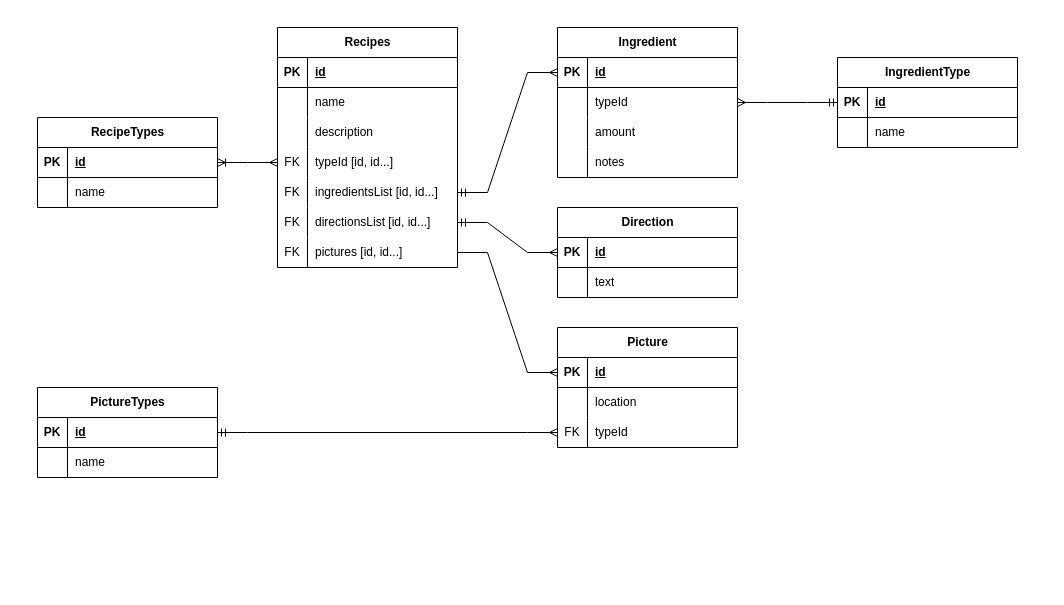
This is Recipe Database.drawio from Souptember/recipe-api, a draw.io file, before an edit. Source tidied: cells renumbered, new cells numbered last; positions are measured from the earlier drawing's top-left corner, leaving out a move shared by most shapes. Both pictures are drawn from the tidied source at 100%, with x=0, y=0 at pixel (37, 27).
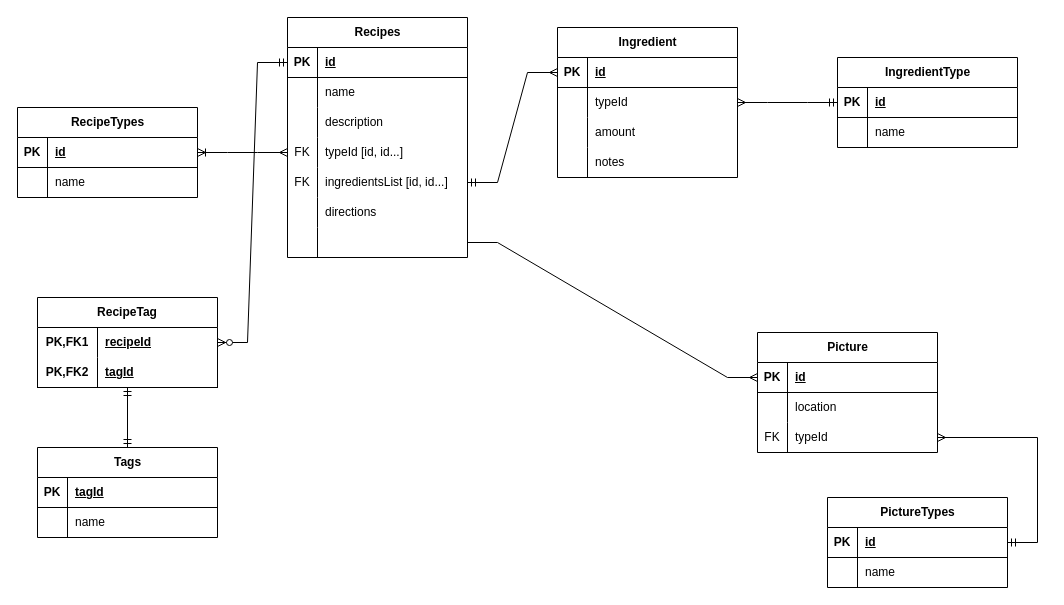
After the change.

The change refers to these unchanged cells:
```xml
<mxCell id="3" style="shape=tableRow;horizontal=0;startSize=0;swimlaneHead=0;swimlaneBody=0;fillColor=none;points=[[0,0.5],[1,0.5]];portConstraint=eastwest;top=0;left=0;right=0;bottom=1;" parent="2" vertex="1">
  <mxGeometry y="30" width="180" height="30" as="geometry" />
</mxCell>
<mxCell id="18" style="shape=tableRow;horizontal=0;startSize=0;swimlaneHead=0;swimlaneBody=0;fillColor=none;points=[[0,0.5],[1,0.5]];portConstraint=eastwest;top=0;left=0;right=0;bottom=0;" parent="2" vertex="1">
  <mxGeometry y="180" width="180" height="30" as="geometry" />
</mxCell>
<mxCell id="21" style="shape=tableRow;horizontal=0;startSize=0;swimlaneHead=0;swimlaneBody=0;fillColor=none;points=[[0,0.5],[1,0.5]];portConstraint=eastwest;top=0;left=0;right=0;bottom=0;" parent="2" vertex="1">
  <mxGeometry y="210" width="180" height="30" as="geometry" />
</mxCell>
```

Diff of the diagram source:
```diff
@@
     <mxCell id="2" value="&lt;div&gt;Recipes&lt;/div&gt;" style="shape=table;startSize=30;childLayout=tableLayout;rowLines=0;fontStyle=1;align=center;html=1;" parent="1" vertex="1">
-      <mxGeometry x="240" width="180" height="240" as="geometry" />
+      <mxGeometry x="250" y="-10" width="180" height="240" as="geometry" />
     </mxCell>
@@
-    <mxCell id="19" value="FK" style="shape=partialRectangle;fillColor=none;top=0;left=0;bottom=0;right=0;overflow=hidden;whiteSpace=wrap;html=1;" parent="18" vertex="1">
+    <mxCell id="19" style="shape=partialRectangle;fillColor=none;top=0;left=0;bottom=0;right=0;overflow=hidden;whiteSpace=wrap;html=1;" parent="18" vertex="1">
       <mxGeometry width="30" height="30" as="geometry" />
     </mxCell>
-    <mxCell id="20" value="directionsList [id, id...]" style="shape=partialRectangle;fillColor=none;top=0;left=0;bottom=0;right=0;align=left;spacingLeft=6;overflow=hidden;whiteSpace=wrap;html=1;" parent="18" vertex="1">
+    <mxCell id="20" value="directions" style="shape=partialRectangle;fillColor=none;top=0;left=0;bottom=0;right=0;align=left;spacingLeft=6;overflow=hidden;whiteSpace=wrap;html=1;" parent="18" vertex="1">
       <mxGeometry x="30" width="150" height="30" as="geometry" />
     </mxCell>
@@
-    <mxCell id="22" value="FK" style="shape=partialRectangle;fillColor=none;top=0;left=0;bottom=0;right=0;overflow=hidden;whiteSpace=wrap;html=1;" parent="21" vertex="1">
+    <mxCell id="22" style="shape=partialRectangle;fillColor=none;top=0;left=0;bottom=0;right=0;overflow=hidden;whiteSpace=wrap;html=1;" parent="21" vertex="1">
       <mxGeometry width="30" height="30" as="geometry" />
     </mxCell>
-    <mxCell id="23" value="pictures [id, id...]" style="shape=partialRectangle;fillColor=none;top=0;left=0;bottom=0;right=0;align=left;spacingLeft=6;overflow=hidden;whiteSpace=wrap;html=1;" parent="21" vertex="1">
+    <mxCell id="23" style="shape=partialRectangle;fillColor=none;top=0;left=0;bottom=0;right=0;align=left;spacingLeft=6;overflow=hidden;whiteSpace=wrap;html=1;" parent="21" vertex="1">
       <mxGeometry x="30" width="150" height="30" as="geometry" />
     </mxCell>
@@
-    <mxCell id="37" value="Direction" style="shape=table;startSize=30;childLayout=tableLayout;rowLines=0;fontStyle=1;align=center;html=1;" parent="1" vertex="1">
-      <mxGeometry x="520" y="180" width="180" height="90" as="geometry" />
-    </mxCell>
-    <mxCell id="38" style="shape=tableRow;horizontal=0;startSize=0;swimlaneHead=0;swimlaneBody=0;fillColor=none;points=[[0,0.5],[1,0.5]];portConstraint=eastwest;top=0;left=0;right=0;bottom=1;" parent="37" vertex="1">
-      <mxGeometry y="30" width="180" height="30" as="geometry" />
-    </mxCell>
-    <mxCell id="39" value="PK" style="shape=partialRectangle;fillColor=none;top=0;left=0;bottom=0;right=0;fontStyle=1;overflow=hidden;whiteSpace=wrap;html=1;" parent="38" vertex="1">
-      <mxGeometry width="30" height="30" as="geometry" />
-    </mxCell>
-    <mxCell id="40" value="id" style="shape=partialRectangle;fillColor=none;top=0;left=0;bottom=0;right=0;align=left;spacingLeft=6;fontStyle=5;overflow=hidden;whiteSpace=wrap;html=1;" parent="38" vertex="1">
-      <mxGeometry x="30" width="150" height="30" as="geometry" />
-    </mxCell>
-    <mxCell id="41" style="shape=tableRow;horizontal=0;startSize=0;swimlaneHead=0;swimlaneBody=0;fillColor=none;top=0;left=0;right=0;bottom=0;" parent="37" vertex="1">
-      <mxGeometry y="60" width="180" height="30" as="geometry" />
-    </mxCell>
-    <mxCell id="42" style="shape=partialRectangle;fillColor=none;top=0;left=0;bottom=0;right=0;overflow=hidden;whiteSpace=wrap;html=1;" parent="41" vertex="1">
-      <mxGeometry width="30" height="30" as="geometry" />
-    </mxCell>
-    <mxCell id="43" value="text" style="shape=partialRectangle;fillColor=none;top=0;left=0;bottom=0;right=0;align=left;spacingLeft=6;overflow=hidden;whiteSpace=wrap;html=1;" parent="41" vertex="1">
-      <mxGeometry x="30" width="150" height="30" as="geometry" />
-    </mxCell>
     <mxCell id="44" value="RecipeTypes" style="shape=table;startSize=30;childLayout=tableLayout;rowLines=0;fontStyle=1;align=center;html=1;" parent="1" vertex="1">
-      <mxGeometry y="90" width="180" height="90" as="geometry" />
+      <mxGeometry x="-20" y="80" width="180" height="90" as="geometry" />
     </mxCell>
@@
-    <mxCell id="53" style="edgeStyle=entityRelationEdgeStyle;fontSize=12;html=1;endArrow=ERmany;startArrow=ERmandOne;rounded=0;exitX=1;exitY=0.5;exitDx=0;exitDy=0;endFill=0;" parent="1" edge="1" source="18" target="38">
-      <mxGeometry relative="1" as="geometry" />
-    </mxCell>
     <mxCell id="54" value="Picture" style="shape=table;startSize=30;childLayout=tableLayout;rowLines=0;fontStyle=1;align=center;html=1;" parent="1" vertex="1">
-      <mxGeometry x="520" y="300" width="180" height="120" as="geometry" />
+      <mxGeometry x="720" y="305" width="180" height="120" as="geometry" />
     </mxCell>
@@
     <mxCell id="64" value="PictureTypes" style="shape=table;startSize=30;childLayout=tableLayout;rowLines=0;fontStyle=1;align=center;html=1;" parent="1" vertex="1">
-      <mxGeometry y="360" width="180" height="90" as="geometry" />
+      <mxGeometry x="790" y="470" width="180" height="90" as="geometry" />
     </mxCell>
@@
+    <mxCell id="81" value="Tags" style="shape=table;startSize=30;childLayout=tableLayout;rowLines=0;fontStyle=1;align=center;html=1;" parent="1" vertex="1">
+      <mxGeometry y="420" width="180" height="90" as="geometry" />
+    </mxCell>
+    <mxCell id="38" style="shape=tableRow;horizontal=0;startSize=0;swimlaneHead=0;swimlaneBody=0;fillColor=none;points=[[0,0.5],[1,0.5]];portConstraint=eastwest;top=0;left=0;right=0;bottom=1;" parent="81" vertex="1">
+      <mxGeometry y="30" width="180" height="30" as="geometry" />
+    </mxCell>
+    <mxCell id="39" value="PK" style="shape=partialRectangle;fillColor=none;top=0;left=0;bottom=0;right=0;fontStyle=1;overflow=hidden;whiteSpace=wrap;html=1;" parent="38" vertex="1">
+      <mxGeometry width="30" height="30" as="geometry" />
+    </mxCell>
+    <mxCell id="82" value="tagId" style="shape=partialRectangle;fillColor=none;top=0;left=0;bottom=0;right=0;align=left;spacingLeft=6;fontStyle=5;overflow=hidden;whiteSpace=wrap;html=1;" parent="38" vertex="1">
+      <mxGeometry x="30" width="150" height="30" as="geometry" />
+    </mxCell>
+    <mxCell id="41" style="shape=tableRow;horizontal=0;startSize=0;swimlaneHead=0;swimlaneBody=0;fillColor=none;top=0;left=0;right=0;bottom=0;" parent="81" vertex="1">
+      <mxGeometry y="60" width="180" height="30" as="geometry" />
+    </mxCell>
+    <mxCell id="42" style="shape=partialRectangle;fillColor=none;top=0;left=0;bottom=0;right=0;overflow=hidden;whiteSpace=wrap;html=1;" parent="41" vertex="1">
+      <mxGeometry width="30" height="30" as="geometry" />
+    </mxCell>
+    <mxCell id="83" value="name" style="shape=partialRectangle;fillColor=none;top=0;left=0;bottom=0;right=0;align=left;spacingLeft=6;overflow=hidden;whiteSpace=wrap;html=1;" parent="41" vertex="1">
+      <mxGeometry x="30" width="150" height="30" as="geometry" />
+    </mxCell>
+    <mxCell id="84" value="RecipeTag" style="shape=table;startSize=30;childLayout=tableLayout;rowLines=0;fontStyle=1;align=center;html=1;whiteSpace=wrap;" parent="1" vertex="1">
+      <mxGeometry y="270" width="180" height="90" as="geometry" />
+    </mxCell>
+    <mxCell id="85" style="shape=tableRow;horizontal=0;startSize=0;swimlaneHead=0;swimlaneBody=0;fillColor=none;points=[[0,0.5],[1,0.5]];portConstraint=eastwest;top=0;left=0;right=0;bottom=0;html=1;" parent="84" vertex="1">
+      <mxGeometry y="30" width="180" height="30" as="geometry" />
+    </mxCell>
+    <mxCell id="86" value="PK,FK1" style="shape=partialRectangle;fillColor=none;top=0;left=0;bottom=0;right=0;fontStyle=1;overflow=hidden;html=1;whiteSpace=wrap;" parent="85" vertex="1">
+      <mxGeometry width="60" height="30" as="geometry" />
+    </mxCell>
+    <mxCell id="87" value="recipeId" style="shape=partialRectangle;fillColor=none;top=0;left=0;bottom=0;right=0;align=left;spacingLeft=6;fontStyle=5;overflow=hidden;html=1;whiteSpace=wrap;" parent="85" vertex="1">
+      <mxGeometry x="60" width="120" height="30" as="geometry" />
+    </mxCell>
+    <mxCell id="88" style="shape=tableRow;horizontal=0;startSize=0;swimlaneHead=0;swimlaneBody=0;fillColor=none;points=[[0,0.5],[1,0.5]];portConstraint=eastwest;top=0;left=0;right=0;bottom=1;html=1;" parent="84" vertex="1">
+      <mxGeometry y="60" width="180" height="30" as="geometry" />
+    </mxCell>
+    <mxCell id="89" value="PK,FK2" style="shape=partialRectangle;fillColor=none;top=0;left=0;bottom=0;right=0;fontStyle=1;overflow=hidden;html=1;whiteSpace=wrap;" parent="88" vertex="1">
+      <mxGeometry width="60" height="30" as="geometry" />
+    </mxCell>
+    <mxCell id="90" value="tagId" style="shape=partialRectangle;fillColor=none;top=0;left=0;bottom=0;right=0;align=left;spacingLeft=6;fontStyle=5;overflow=hidden;html=1;whiteSpace=wrap;" parent="88" vertex="1">
+      <mxGeometry x="60" width="120" height="30" as="geometry" />
+    </mxCell>
+    <mxCell id="91" style="fontSize=12;html=1;endArrow=ERmandOne;startArrow=ERmandOne;rounded=0;exitX=0.5;exitY=0;exitDx=0;exitDy=0;entryX=0.5;entryY=1;entryDx=0;entryDy=0;entryPerimeter=0;" parent="1" edge="1" source="81" target="88">
+      <mxGeometry relative="1" as="geometry" />
+    </mxCell>
+    <mxCell id="92" style="edgeStyle=entityRelationEdgeStyle;fontSize=12;html=1;endArrow=ERzeroToMany;startArrow=ERmandOne;rounded=0;entryX=1;entryY=0.5;entryDx=0;entryDy=0;exitX=0;exitY=0.5;exitDx=0;exitDy=0;" parent="1" edge="1" source="3" target="85">
+      <mxGeometry relative="1" as="geometry" />
+    </mxCell>
```
